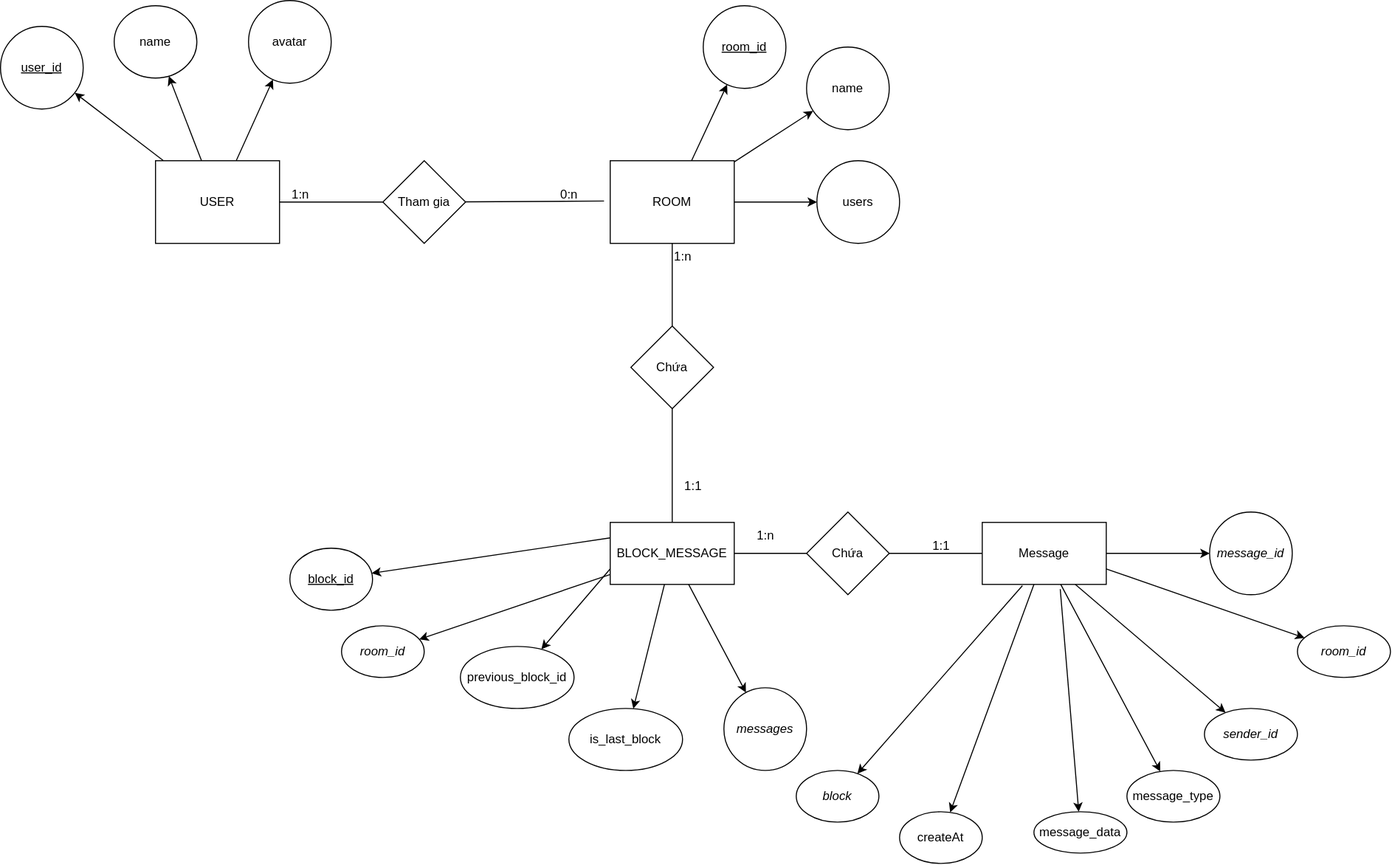
Earlier version of the draw.io export EER.svg (aritoerp/assets). Source tidied: cells renumbered, new cells last; positions are measured from the earlier drawing's top-left corner, leaving out a move shared by most shapes.
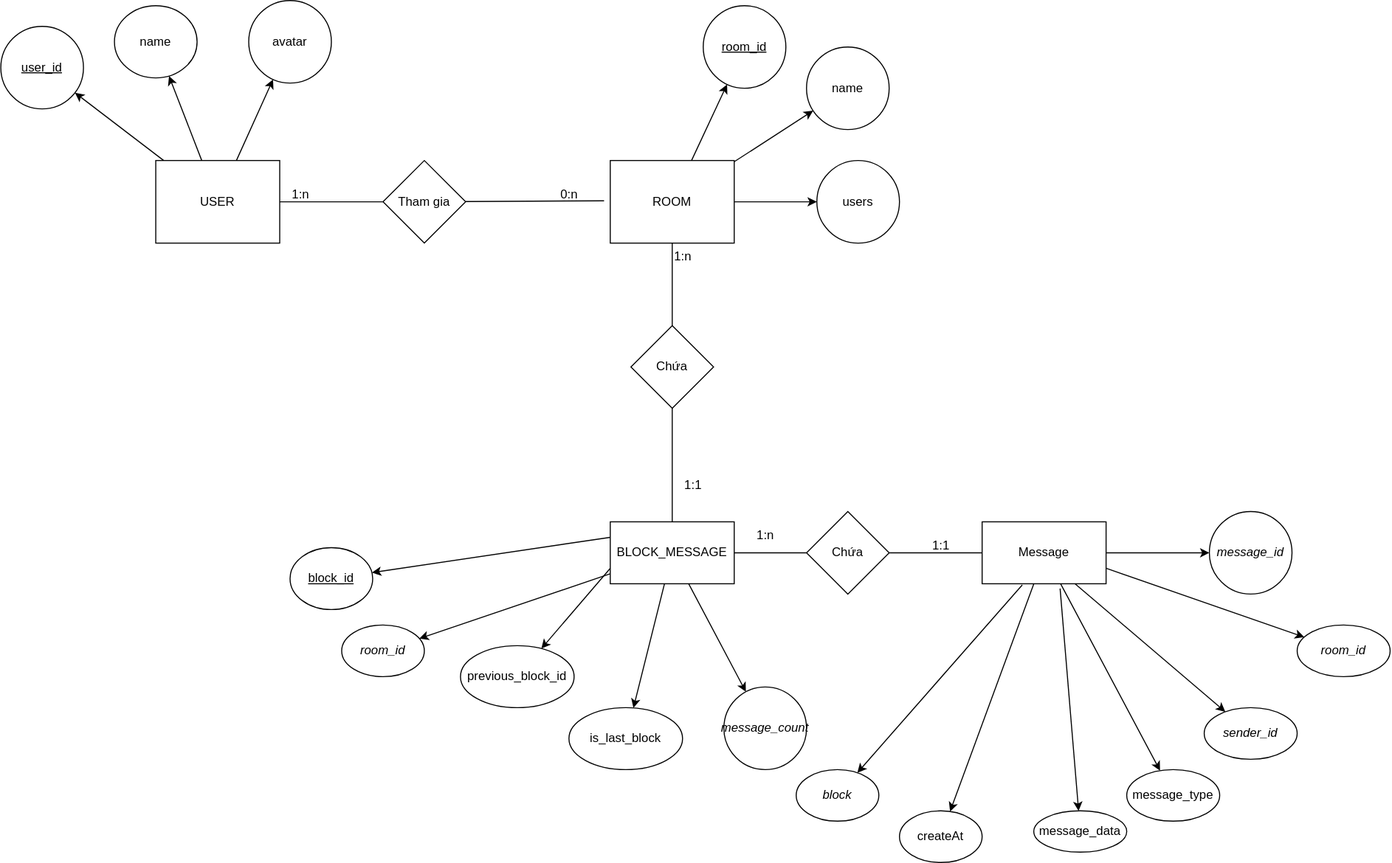
After the change.

What changed in the source:
```diff
@@ -131,7 +131,7 @@
     <mxCell id="44" value="BLOCK_MESSAGE" style="rounded=0;whiteSpace=wrap;html=1;" parent="1" vertex="1">
       <mxGeometry x="590" y="505" width="120" height="60" as="geometry" />
     </mxCell>
-    <mxCell id="45" value="&lt;i&gt;messages&lt;/i&gt;" style="ellipse;whiteSpace=wrap;html=1;rounded=0;" parent="1" vertex="1">
+    <mxCell id="45" value="&lt;i&gt;message_count&lt;/i&gt;" style="ellipse;whiteSpace=wrap;html=1;rounded=0;" parent="1" vertex="1">
       <mxGeometry x="700" y="665" width="80" height="80" as="geometry" />
     </mxCell>
     <mxCell id="46" value="is_last_block" style="ellipse;whiteSpace=wrap;html=1;rounded=0;" parent="1" vertex="1">
```
